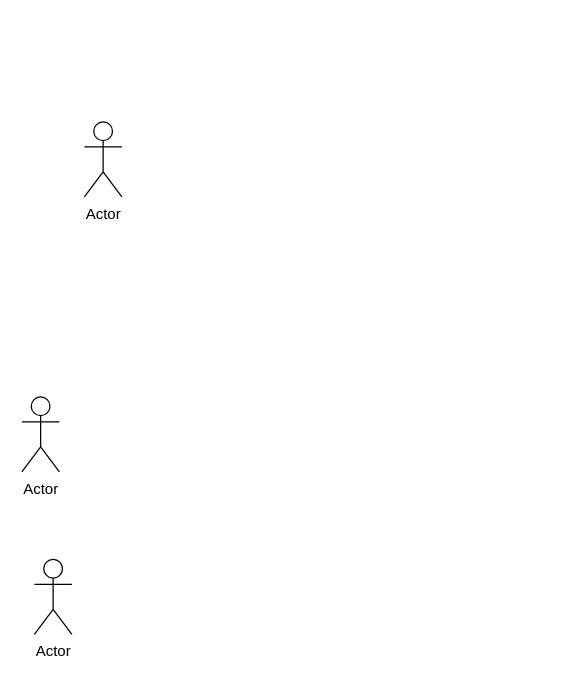
Before: Untitled Diagram.drawio in ChelleRech3/Use-case-diagram, a draw.io diagram. Source tidied: cells renumbered, new cells numbered last; positions are measured from the earlier drawing's top-left corner, leaving out a move shared by most shapes. Both pictures are drawn from the tidied source at 125%, with x=0, y=0 at pixel (21, 121).
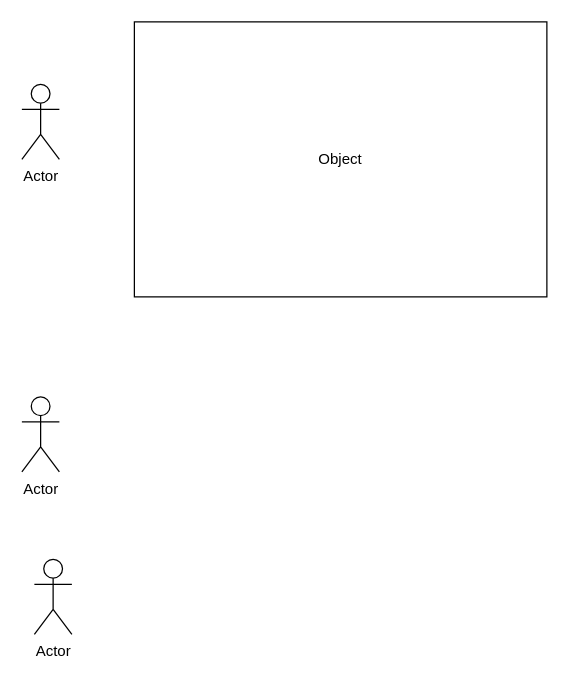
Above is the later version.

Diff of the diagram source:
```diff
@@
 <mxGraphModel>
   <root>
     <mxCell id="0" />
     <mxCell id="1" parent="0" />
     <mxCell id="2" value="Actor" style="shape=umlActor;verticalLabelPosition=bottom;verticalAlign=top;html=1;" parent="1" vertex="1">
       <mxGeometry y="220" width="30" height="60" as="geometry" />
     </mxCell>
     <mxCell id="3" value="Actor" style="shape=umlActor;verticalLabelPosition=bottom;verticalAlign=top;html=1;" parent="1" vertex="1">
       <mxGeometry x="10" y="350" width="30" height="60" as="geometry" />
     </mxCell>
     <mxCell id="4" value="Actor" style="shape=umlActor;verticalLabelPosition=bottom;verticalAlign=top;html=1;" parent="1" vertex="1">
-      <mxGeometry x="50" width="30" height="60" as="geometry" />
+      <mxGeometry y="-30" width="30" height="60" as="geometry" />
     </mxCell>
+    <mxCell id="5" value="Object" style="html=1;whiteSpace=wrap;" parent="1" vertex="1">
+      <mxGeometry x="90" y="-80" width="330" height="220" as="geometry" />
+    </mxCell>
   </root>
 </mxGraphModel>
```
